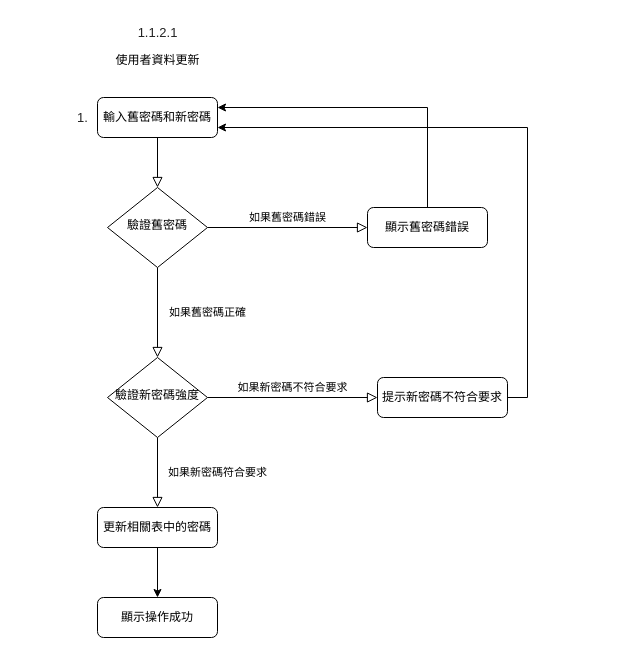
Above: 系統流程圖(使用者資料更新).drawio in hak99101314/Maintenance-inquiry-system (draw.io), before the change. Source tidied: cells renumbered, new cells numbered last; positions are measured from the earlier drawing's top-left corner, leaving out a move shared by most shapes. Both pictures are drawn from the tidied source at 100%, with x=0, y=0 at pixel (67, 17).
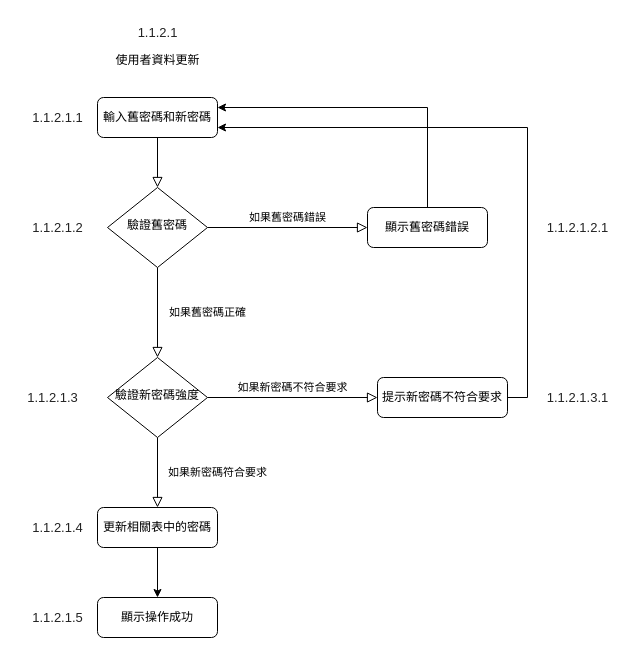
The same diagram, later.

Commit message:
更新系統流程圖(使用者資料更新).drawio

The edit, as a diff of the source:
```diff
@@
-    <mxCell id="19" value="&lt;span style=&quot;color: rgb(34, 34, 34); font-family: Arial, Helvetica, sans-serif; font-size: small; text-align: start; text-wrap-mode: wrap; background-color: rgb(255, 255, 255);&quot;&gt;1.&lt;/span&gt;" style="text;html=1;align=center;verticalAlign=middle;strokeColor=none;fillColor=none;" parent="1" vertex="1">
-      <mxGeometry y="85" width="30" height="30" as="geometry" />
-    </mxCell>
+    <mxCell id="20" value="&lt;span style=&quot;color: rgb(34, 34, 34); font-family: Arial, Helvetica, sans-serif; font-size: small; text-align: start; text-wrap-mode: wrap; background-color: rgb(255, 255, 255);&quot;&gt;1.1.2.1.1&lt;/span&gt;" style="text;html=1;align=center;verticalAlign=middle;strokeColor=none;fillColor=none;" parent="1" vertex="1">
+      <mxGeometry x="-45" y="85" width="70" height="30" as="geometry" />
+    </mxCell>
+    <mxCell id="21" value="&lt;span style=&quot;color: rgb(34, 34, 34); font-family: Arial, Helvetica, sans-serif; font-size: small; text-align: start; text-wrap-mode: wrap; background-color: rgb(255, 255, 255);&quot;&gt;1.1.2.1.2&lt;/span&gt;" style="text;html=1;align=center;verticalAlign=middle;strokeColor=none;fillColor=none;" parent="1" vertex="1">
+      <mxGeometry x="-45" y="195" width="70" height="30" as="geometry" />
+    </mxCell>
+    <mxCell id="22" value="&lt;span style=&quot;color: rgb(34, 34, 34); font-family: Arial, Helvetica, sans-serif; font-size: small; text-align: start; text-wrap-mode: wrap; background-color: rgb(255, 255, 255);&quot;&gt;1.1.2.1.2.1&lt;/span&gt;" style="text;html=1;align=center;verticalAlign=middle;strokeColor=none;fillColor=none;" parent="1" vertex="1">
+      <mxGeometry x="470" y="195" width="80" height="30" as="geometry" />
+    </mxCell>
+    <mxCell id="23" value="&lt;span style=&quot;color: rgb(34, 34, 34); font-family: Arial, Helvetica, sans-serif; font-size: small; text-align: start; text-wrap-mode: wrap; background-color: rgb(255, 255, 255);&quot;&gt;1.1.2.1.3&lt;/span&gt;" style="text;html=1;align=center;verticalAlign=middle;strokeColor=none;fillColor=none;" parent="1" vertex="1">
+      <mxGeometry x="-50" y="365" width="70" height="30" as="geometry" />
+    </mxCell>
+    <mxCell id="24" value="&lt;span style=&quot;color: rgb(34, 34, 34); font-family: Arial, Helvetica, sans-serif; font-size: small; text-align: start; text-wrap-mode: wrap; background-color: rgb(255, 255, 255);&quot;&gt;1.1.2.1.3.1&lt;/span&gt;" style="text;html=1;align=center;verticalAlign=middle;strokeColor=none;fillColor=none;" parent="1" vertex="1">
+      <mxGeometry x="470" y="365" width="80" height="30" as="geometry" />
+    </mxCell>
+    <mxCell id="25" value="&lt;span style=&quot;color: rgb(34, 34, 34); font-family: Arial, Helvetica, sans-serif; font-size: small; text-align: start; text-wrap-mode: wrap; background-color: rgb(255, 255, 255);&quot;&gt;1.1.2.1.4&lt;/span&gt;" style="text;html=1;align=center;verticalAlign=middle;strokeColor=none;fillColor=none;" parent="1" vertex="1">
+      <mxGeometry x="-45" y="495" width="70" height="30" as="geometry" />
+    </mxCell>
+    <mxCell id="26" value="&lt;span style=&quot;color: rgb(34, 34, 34); font-family: Arial, Helvetica, sans-serif; font-size: small; text-align: start; text-wrap-mode: wrap; background-color: rgb(255, 255, 255);&quot;&gt;1.1.2.1.5&lt;/span&gt;" style="text;html=1;align=center;verticalAlign=middle;strokeColor=none;fillColor=none;" parent="1" vertex="1">
+      <mxGeometry x="-45" y="585" width="70" height="30" as="geometry" />
+    </mxCell>
```
